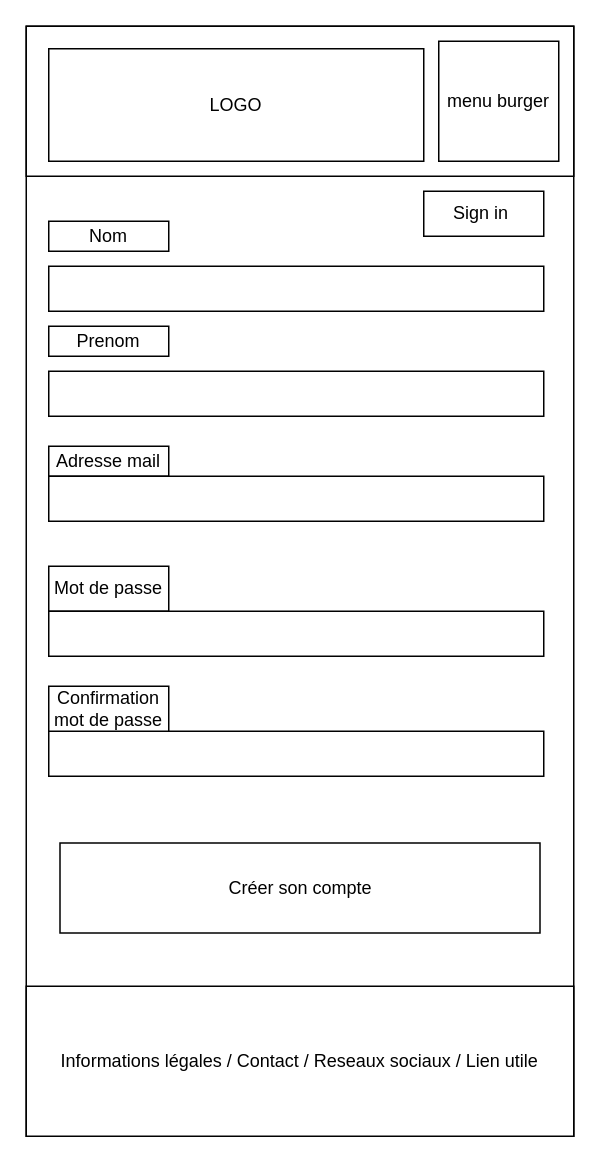
This is page "Creation d'un compte" (3 of 9) of docs/wireframe_mobile.drawio from SeguierJonathan/ZombieLand, a draw.io file, before an edit. Source tidied: cells renumbered, new cells numbered last; positions are measured from the earlier drawing's top-left corner, leaving out a move shared by most shapes. Both pictures are drawn from the tidied source at 150%, with x=0, y=0 at pixel (26, 26).
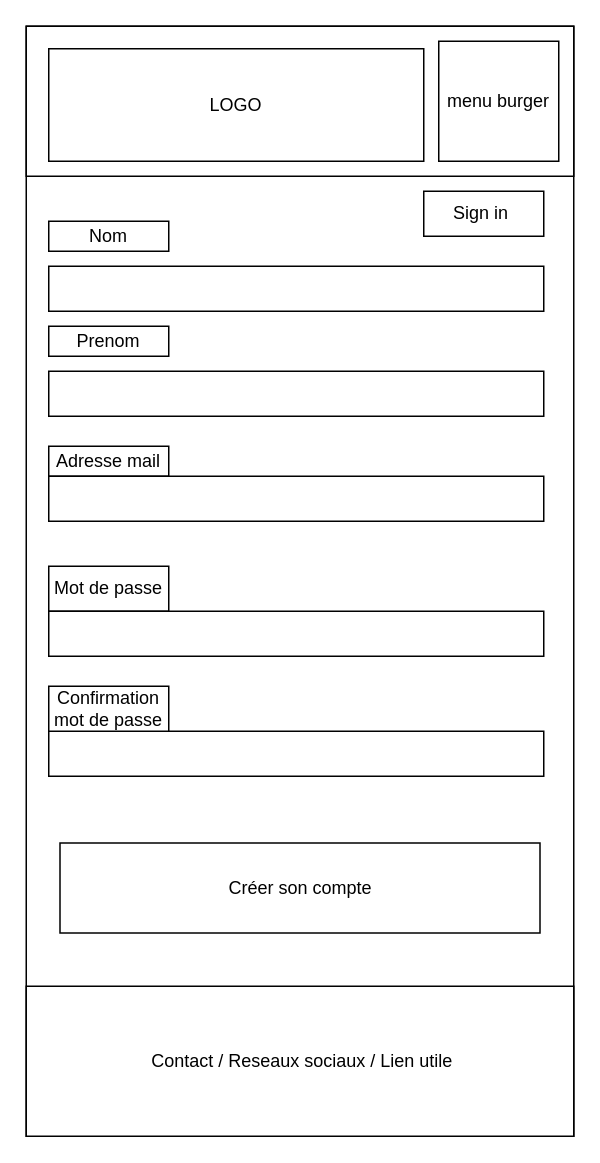
The same diagram, later.

The edit, as a diff of the source:
```diff
@@
 <mxGraphModel>
   <root>
     <mxCell id="0" />
     <mxCell id="1" parent="0" />
     <mxCell id="2" style="rounded=0;whiteSpace=wrap;html=1;" parent="1" vertex="1">
       <mxGeometry width="365" height="740" as="geometry" />
     </mxCell>
-    <mxCell id="3" value="Informations légales / Contact / Reseaux sociaux / Lien utile" style="rounded=0;whiteSpace=wrap;html=1;" parent="1" vertex="1">
+    <mxCell id="3" value="&amp;nbsp;Contact / Reseaux sociaux / Lien utile" style="rounded=0;whiteSpace=wrap;html=1;" parent="1" vertex="1">
       <mxGeometry y="640" width="365" height="100" as="geometry" />
     </mxCell>
     <mxCell id="4" style="rounded=0;whiteSpace=wrap;html=1;" parent="1" vertex="1">
       <mxGeometry width="365" height="100" as="geometry" />
     </mxCell>
     <mxCell id="5" value="LOGO" style="rounded=0;whiteSpace=wrap;html=1;" parent="1" vertex="1">
       <mxGeometry x="15" y="15" width="250" height="75" as="geometry" />
     </mxCell>
     <mxCell id="6" value="menu burger" style="rounded=0;whiteSpace=wrap;html=1;" parent="1" vertex="1">
       <mxGeometry x="275" y="10" width="80" height="80" as="geometry" />
     </mxCell>
     <mxCell id="7" value="Sign in&amp;nbsp;" style="rounded=0;whiteSpace=wrap;html=1;" parent="1" vertex="1">
       <mxGeometry x="265" y="110" width="80" height="30" as="geometry" />
     </mxCell>
     <mxCell id="8" value="Adresse mail" style="rounded=0;whiteSpace=wrap;html=1;" parent="1" vertex="1">
       <mxGeometry x="15" y="280" width="80" height="20" as="geometry" />
     </mxCell>
     <mxCell id="9" value="Mot de passe" style="rounded=0;whiteSpace=wrap;html=1;" parent="1" vertex="1">
       <mxGeometry x="15" y="360" width="80" height="30" as="geometry" />
     </mxCell>
     <mxCell id="10" style="rounded=0;whiteSpace=wrap;html=1;" parent="1" vertex="1">
       <mxGeometry x="15" y="300" width="330" height="30" as="geometry" />
     </mxCell>
     <mxCell id="11" style="rounded=0;whiteSpace=wrap;html=1;" parent="1" vertex="1">
       <mxGeometry x="15" y="390" width="330" height="30" as="geometry" />
     </mxCell>
     <mxCell id="12" value="Créer son compte" style="rounded=0;whiteSpace=wrap;html=1;" parent="1" vertex="1">
       <mxGeometry x="22.5" y="544.5" width="320" height="60" as="geometry" />
     </mxCell>
     <mxCell id="13" style="rounded=0;whiteSpace=wrap;html=1;" parent="1" vertex="1">
       <mxGeometry x="15" y="470" width="330" height="30" as="geometry" />
     </mxCell>
     <mxCell id="14" value="Confirmation mot de passe" style="rounded=0;whiteSpace=wrap;html=1;" parent="1" vertex="1">
       <mxGeometry x="15" y="440" width="80" height="30" as="geometry" />
     </mxCell>
     <mxCell id="15" style="rounded=0;whiteSpace=wrap;html=1;" parent="1" vertex="1">
       <mxGeometry x="15" y="160" width="330" height="30" as="geometry" />
     </mxCell>
     <mxCell id="16" style="rounded=0;whiteSpace=wrap;html=1;" parent="1" vertex="1">
       <mxGeometry x="15" y="230" width="330" height="30" as="geometry" />
     </mxCell>
     <mxCell id="17" value="Nom" style="rounded=0;whiteSpace=wrap;html=1;" parent="1" vertex="1">
       <mxGeometry x="15" y="130" width="80" height="20" as="geometry" />
     </mxCell>
     <mxCell id="18" value="Prenom" style="rounded=0;whiteSpace=wrap;html=1;" parent="1" vertex="1">
       <mxGeometry x="15" y="200" width="80" height="20" as="geometry" />
     </mxCell>
   </root>
 </mxGraphModel>
```
